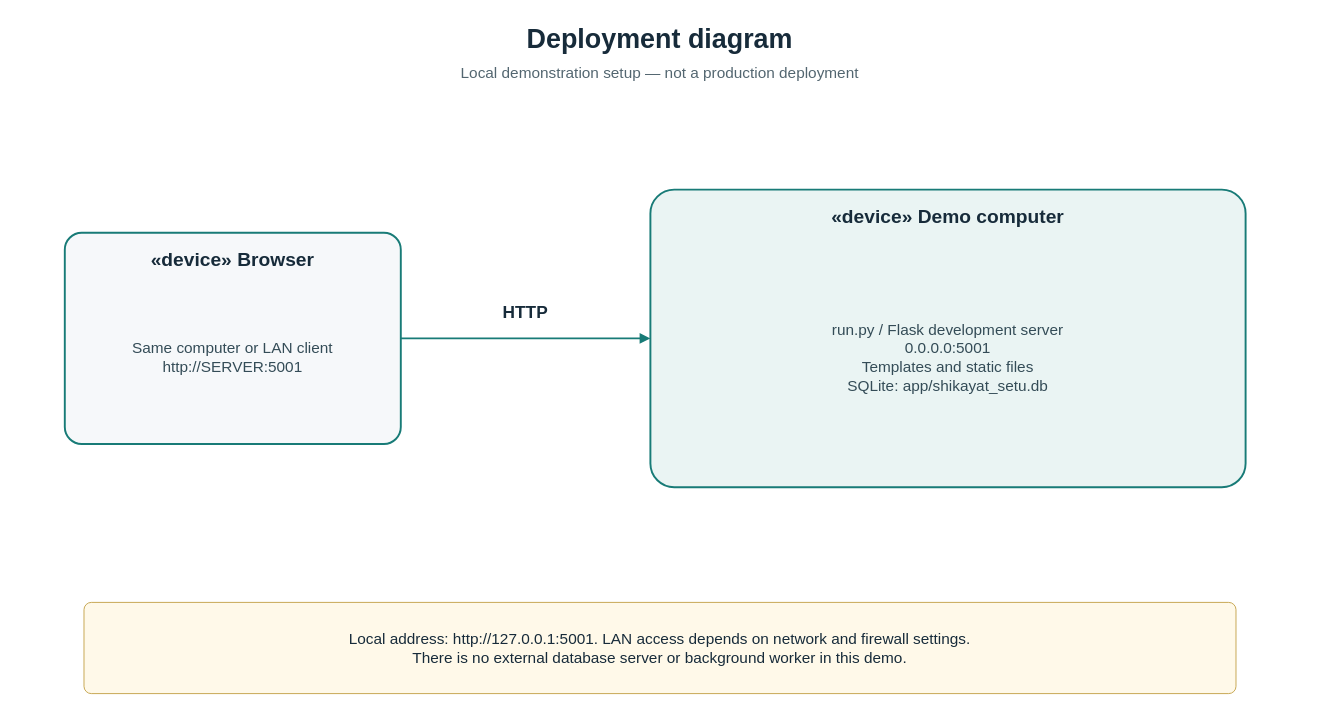
Before: shikayat-setu/report/diagrams/fig-deployment.drawio in Yashwant-git392/Yashwant-git392, a draw.io diagram. Source tidied: cells renumbered, new cells numbered last; positions are measured from the earlier drawing's top-left corner, leaving out a move shared by most shapes. Both pictures are drawn from the tidied source at 96%, with x=0, y=0 at pixel (16, 16).
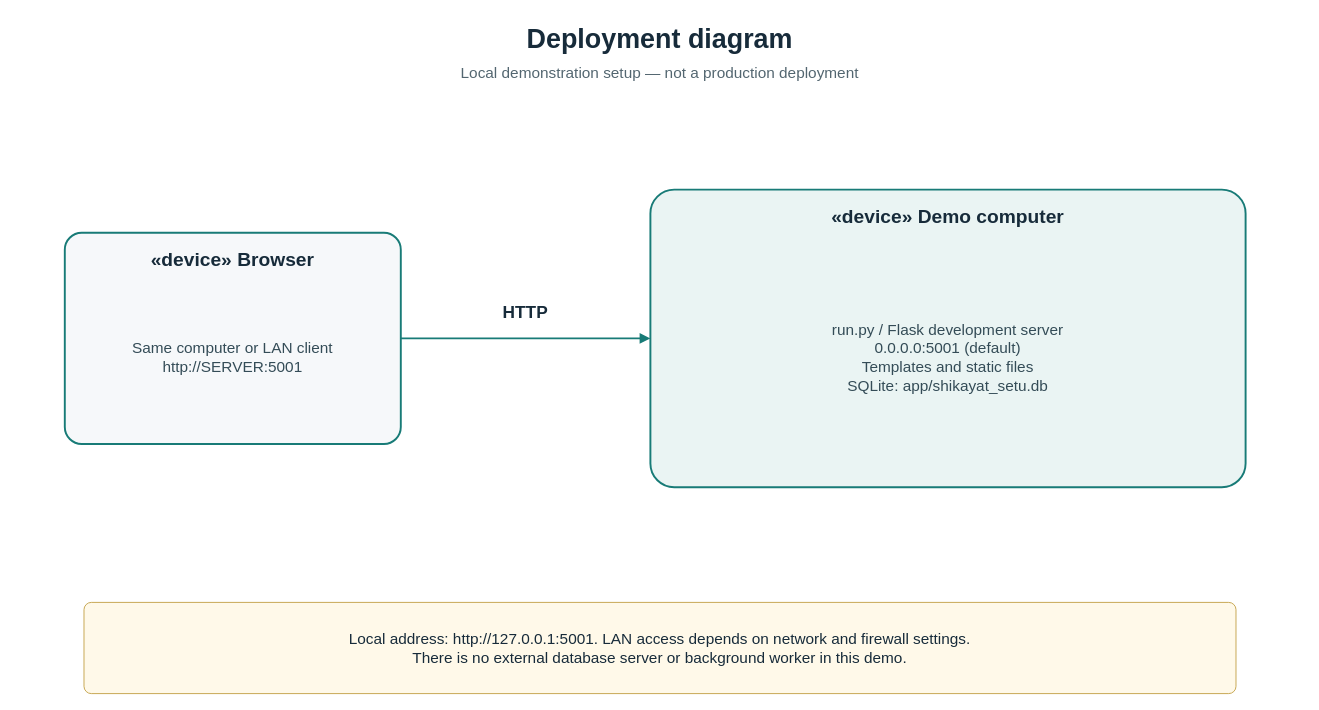
The same page after the edit.

The edit, as a diff of the source:
```diff
@@
 <mxGraphModel>
   <root>
     <mxCell id="0" />
     <mxCell id="1" parent="0" />
     <mxCell id="2" value="Deployment diagram" style="text;html=1;align=center;verticalAlign=middle;whiteSpace=wrap;rounded=0;strokeColor=none;fillColor=none;fontFamily=Arial;fontSize=28;fontStyle=1;fontColor=#172b3a;" parent="1" vertex="1">
       <mxGeometry width="1340" height="45" as="geometry" />
     </mxCell>
     <mxCell id="3" value="Local demonstration setup — not a production deployment" style="text;html=1;align=center;verticalAlign=middle;whiteSpace=wrap;rounded=0;strokeColor=none;fillColor=none;fontFamily=Arial;fontSize=16;fontStyle=0;fontColor=#536670;" parent="1" vertex="1">
       <mxGeometry y="43" width="1340" height="30" as="geometry" />
     </mxCell>
     <mxCell id="4" style="rounded=1;arcSize=8;whiteSpace=wrap;html=1;fillColor=#f6f8fa;strokeColor=#187b77;strokeWidth=2;" parent="1" vertex="1">
       <mxGeometry x="50" y="225" width="350" height="220" as="geometry" />
     </mxCell>
     <mxCell id="5" value="«device» Browser" style="text;html=1;align=center;verticalAlign=middle;whiteSpace=wrap;rounded=0;strokeColor=none;fillColor=none;fontFamily=Arial;fontSize=20;fontStyle=1;fontColor=#172b3a;" parent="1" vertex="1">
       <mxGeometry x="58" y="235" width="334" height="34" as="geometry" />
     </mxCell>
     <mxCell id="6" value="Same computer or LAN client&#10;http://SERVER:5001" style="text;html=1;align=center;verticalAlign=middle;whiteSpace=wrap;rounded=0;strokeColor=none;fillColor=none;fontFamily=Arial;fontSize=16;fontStyle=0;fontColor=#344c57;" parent="1" vertex="1">
       <mxGeometry x="62" y="272" width="326" height="166" as="geometry" />
     </mxCell>
     <mxCell id="7" style="rounded=1;arcSize=8;whiteSpace=wrap;html=1;fillColor=#eaf4f3;strokeColor=#187b77;strokeWidth=2;" parent="1" vertex="1">
       <mxGeometry x="660" y="180" width="620" height="310" as="geometry" />
     </mxCell>
     <mxCell id="8" value="«device» Demo computer" style="text;html=1;align=center;verticalAlign=middle;whiteSpace=wrap;rounded=0;strokeColor=none;fillColor=none;fontFamily=Arial;fontSize=20;fontStyle=1;fontColor=#172b3a;" parent="1" vertex="1">
       <mxGeometry x="668" y="190" width="604" height="34" as="geometry" />
     </mxCell>
-    <mxCell id="9" value="run.py / Flask development server&#10;0.0.0.0:5001&#10;Templates and static files&#10;SQLite: app/shikayat_setu.db" style="text;html=1;align=center;verticalAlign=middle;whiteSpace=wrap;rounded=0;strokeColor=none;fillColor=none;fontFamily=Arial;fontSize=16;fontStyle=0;fontColor=#344c57;" parent="1" vertex="1">
+    <mxCell id="9" value="run.py / Flask development server&#10;0.0.0.0:5001 (default)&#10;Templates and static files&#10;SQLite: app/shikayat_setu.db" style="text;html=1;align=center;verticalAlign=middle;whiteSpace=wrap;rounded=0;strokeColor=none;fillColor=none;fontFamily=Arial;fontSize=16;fontStyle=0;fontColor=#344c57;" parent="1" vertex="1">
       <mxGeometry x="672" y="227" width="596" height="256" as="geometry" />
     </mxCell>
     <mxCell id="10" style="edgeStyle=none;rounded=0;html=1;strokeColor=#187b77;strokeWidth=2;endArrow=block;endFill=1;dashed=0;" parent="1" edge="1">
       <mxGeometry relative="1" as="geometry">
         <mxPoint x="400" y="335" as="sourcePoint" />
         <mxPoint x="660" y="335" as="targetPoint" />
       </mxGeometry>
     </mxCell>
     <mxCell id="11" value="HTTP" style="text;html=1;align=center;verticalAlign=middle;whiteSpace=wrap;rounded=0;strokeColor=none;fillColor=none;fontFamily=Arial;fontSize=18;fontStyle=1;fontColor=#172b3a;" parent="1" vertex="1">
       <mxGeometry x="470" y="290" width="120" height="35" as="geometry" />
     </mxCell>
     <mxCell id="12" value="Local address: http://127.0.0.1:5001. LAN access depends on network and firewall settings.&#10;There is no external database server or background worker in this demo." style="rounded=1;arcSize=8;whiteSpace=wrap;html=1;fillColor=#fff9e9;strokeColor=#c6a650;fontFamily=Arial;fontSize=16;fontColor=#172b3a;spacing=8;" parent="1" vertex="1">
       <mxGeometry x="70" y="610" width="1200" height="95" as="geometry" />
     </mxCell>
   </root>
 </mxGraphModel>
```
